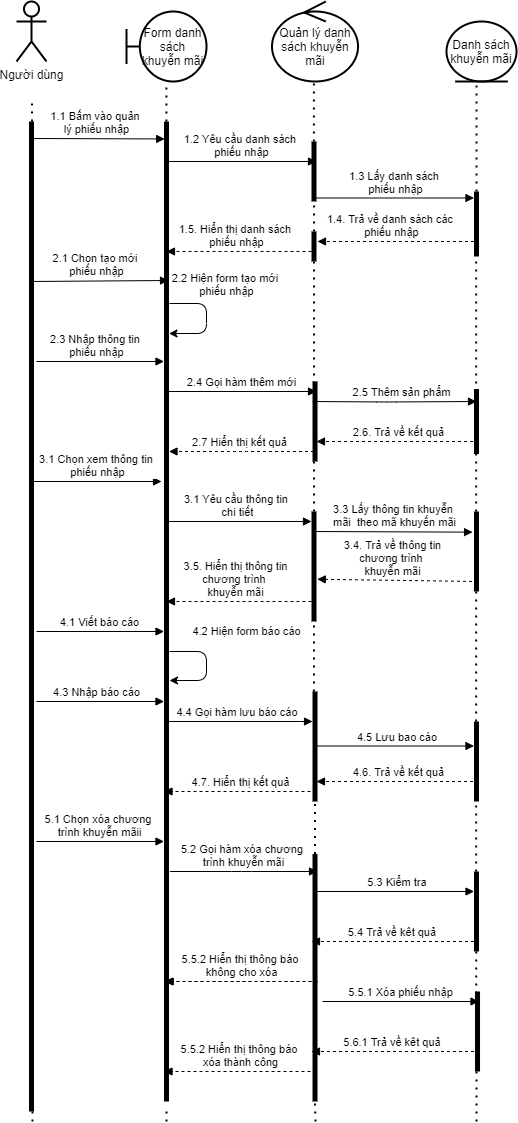
Before: Diagram/Sequence/QL_PhieuNhap.png, a diagram exported from draw.io (TccKaiCi/PTTK_CuaHangGiay). Source tidied: cells renumbered, new cells last; positions are measured from the earlier drawing's top-left corner, leaving out a move shared by most shapes.
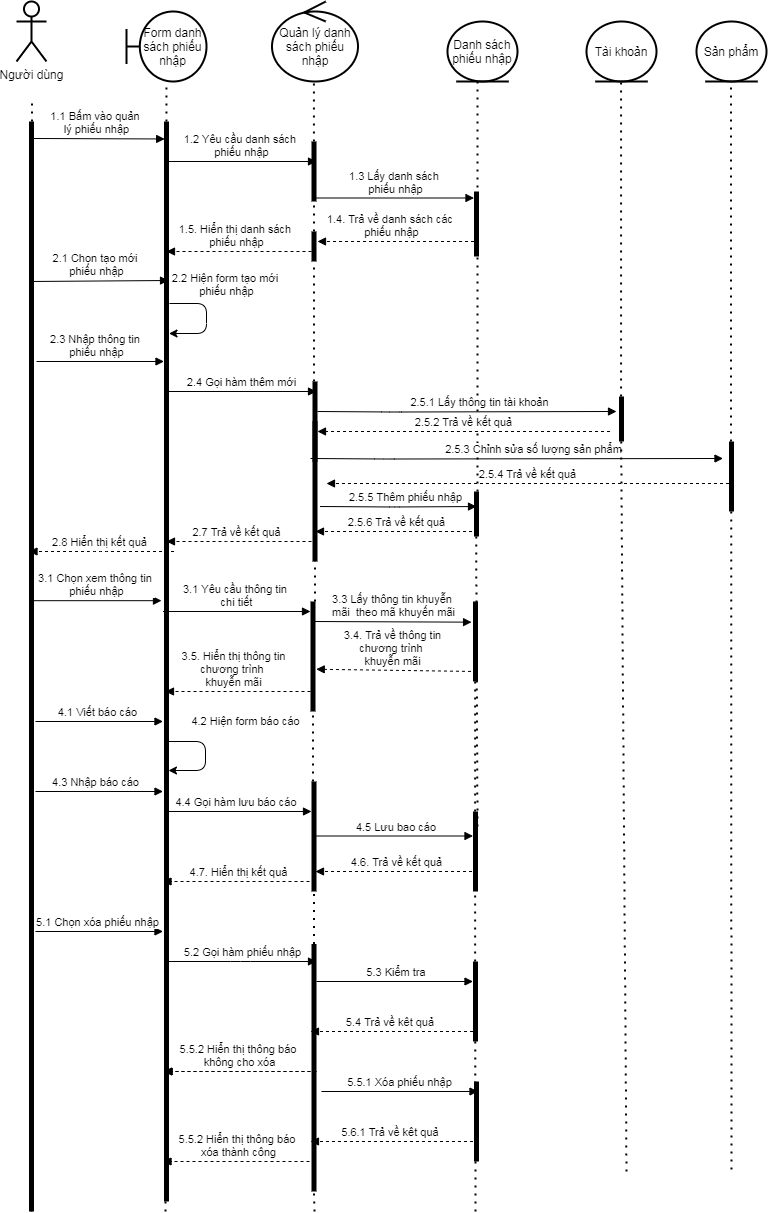
After the commit.

The edit, as a diff of the source:
```diff
@@ -12,14 +12,15 @@
     </mxCell>
-    <mxCell id="4" value="Form danh sách khuyễn mãi" style="shape=umlBoundary;whiteSpace=wrap;html=1;strokeWidth=2;fillColor=none;gradientColor=none;" parent="1" vertex="1">
+    <mxCell id="4" value="Form danh sách phiếu nhập" style="shape=umlBoundary;whiteSpace=wrap;html=1;strokeWidth=2;fillColor=none;gradientColor=none;" parent="1" vertex="1">
       <mxGeometry x="110" y="10" width="80" height="70" as="geometry" />
     </mxCell>
-    <mxCell id="5" value="Danh sách khuyễn mãi" style="ellipse;shape=umlEntity;whiteSpace=wrap;html=1;strokeWidth=2;fillColor=none;gradientColor=none;" parent="1" vertex="1">
-      <mxGeometry x="430" y="20" width="70" height="60" as="geometry" />
+    <mxCell id="5" value="Danh sách phiếu nhập" style="ellipse;shape=umlEntity;whiteSpace=wrap;html=1;strokeWidth=2;fillColor=none;gradientColor=none;" parent="1" vertex="1">
+      <mxGeometry x="431" y="20" width="70" height="60" as="geometry" />
     </mxCell>
     <mxCell id="6" style="html=1;points=[];perimeter=orthogonalPerimeter;fillColor=#000000;strokeColor=none;" parent="1" vertex="1">
-      <mxGeometry x="12.5" y="120" width="5" height="990" as="geometry" />
+      <mxGeometry x="12.5" y="120" width="5" height="1090" as="geometry" />
     </mxCell>
-    <mxCell id="7" style="endArrow=none;dashed=1;html=1;dashPattern=1 3;strokeWidth=2;" parent="1" edge="1" target="6">
+    <mxCell id="7" style="endArrow=none;dashed=1;html=1;dashPattern=1 3;strokeWidth=2;" parent="1" edge="1">
       <mxGeometry relative="1" as="geometry">
-        <mxPoint x="16" y="1120" as="sourcePoint" />
+        <mxPoint x="15" y="1210" as="sourcePoint" />
+        <mxPoint x="15" y="1200" as="targetPoint" />
       </mxGeometry>
@@ -81,3 +82,3 @@
     </mxCell>
-    <mxCell id="20" style="endArrow=none;dashed=1;html=1;dashPattern=1 3;strokeWidth=2;entryX=0.499;entryY=1.005;entryDx=0;entryDy=0;entryPerimeter=0;" parent="1" edge="1" source="40" target="19">
+    <mxCell id="20" style="endArrow=none;dashed=1;html=1;dashPattern=1 3;strokeWidth=2;entryX=0.499;entryY=1.005;entryDx=0;entryDy=0;entryPerimeter=0;" parent="1" edge="1" source="77" target="19">
       <mxGeometry relative="1" as="geometry" />
@@ -91,13 +92,14 @@
     <mxCell id="23" style="html=1;points=[];perimeter=orthogonalPerimeter;fillColor=#000000;strokeColor=none;" parent="1" vertex="1">
-      <mxGeometry x="147.5" y="300" width="5" height="800" as="geometry" />
+      <mxGeometry x="147.5" y="300" width="5" height="900" as="geometry" />
     </mxCell>
-    <mxCell id="24" style="endArrow=none;dashed=1;html=1;dashPattern=1 3;strokeWidth=2;entryX=0.499;entryY=1.005;entryDx=0;entryDy=0;entryPerimeter=0;" parent="1" edge="1" target="23">
+    <mxCell id="24" style="endArrow=none;dashed=1;html=1;dashPattern=1 3;strokeWidth=2;entryX=0.499;entryY=1.005;entryDx=0;entryDy=0;entryPerimeter=0;" parent="1" edge="1">
       <mxGeometry relative="1" as="geometry">
-        <mxPoint x="150" y="1120" as="sourcePoint" />
+        <mxPoint x="149" y="1210" as="sourcePoint" />
+        <mxPoint x="149" y="1194" as="targetPoint" />
       </mxGeometry>
     </mxCell>
-    <mxCell id="25" value="Quản lý danh sách khuyễn mãi" style="ellipse;shape=umlControl;whiteSpace=wrap;html=1;strokeWidth=2;fillColor=none;gradientColor=none;" parent="1" vertex="1">
+    <mxCell id="25" value="Quản lý danh sách phiếu nhập" style="ellipse;shape=umlControl;whiteSpace=wrap;html=1;strokeWidth=2;fillColor=none;gradientColor=none;" parent="1" vertex="1">
       <mxGeometry x="255.5" width="86" height="80" as="geometry" />
     </mxCell>
-    <mxCell id="26" style="endArrow=none;dashed=1;html=1;dashPattern=1 3;strokeWidth=2;entryX=0.429;entryY=1;entryDx=0;entryDy=0;entryPerimeter=0;" parent="1" edge="1" source="35" target="5">
+    <mxCell id="26" style="endArrow=none;dashed=1;html=1;dashPattern=1 3;strokeWidth=2;entryX=0.429;entryY=1;entryDx=0;entryDy=0;entryPerimeter=0;" parent="1" edge="1" source="85" target="5">
       <mxGeometry relative="1" as="geometry" />
@@ -134,8 +136,8 @@
     </mxCell>
-    <mxCell id="32" value="2.5 Thêm sản phẩm" style="html=1;verticalAlign=bottom;endArrow=block;" parent="1" edge="1">
+    <mxCell id="32" value="2.5.3 Chỉnh sửa số lượng sản phẩm" style="html=1;verticalAlign=bottom;endArrow=block;" parent="1" edge="1">
       <mxGeometry x="0.08" relative="1" as="geometry">
-        <mxPoint x="296" y="400" as="sourcePoint" />
-        <mxPoint x="460" y="400" as="targetPoint" />
+        <mxPoint x="294" y="457" as="sourcePoint" />
+        <mxPoint x="706.5" y="457" as="targetPoint" />
         <Array as="points">
-          <mxPoint x="370" y="400.5" />
+          <mxPoint x="368" y="457.5" />
         </Array>
@@ -143,10 +145,8 @@
     </mxCell>
-    <mxCell id="33" value="2.6. Trả về kết quả " style="html=1;verticalAlign=bottom;endArrow=block;dashed=1;entryX=0.796;entryY=0.75;entryDx=0;entryDy=0;entryPerimeter=0;" parent="1" edge="1" target="31">
+    <mxCell id="33" value="2.5.6 Trả về kết quả " style="html=1;verticalAlign=bottom;endArrow=block;dashed=1;entryX=0.796;entryY=0.75;entryDx=0;entryDy=0;entryPerimeter=0;" parent="1" edge="1">
       <mxGeometry relative="1" as="geometry">
-        <mxPoint x="462.5" y="440" as="sourcePoint" />
+        <mxPoint x="461.5" y="530" as="sourcePoint" />
+        <mxPoint x="299" y="530" as="targetPoint" />
       </mxGeometry>
     </mxCell>
-    <mxCell id="34" style="html=1;points=[];perimeter=orthogonalPerimeter;fillColor=#000000;strokeColor=none;" parent="1" vertex="1">
-      <mxGeometry x="457.5" y="387.5" width="5" height="65" as="geometry" />
-    </mxCell>
     <mxCell id="35" style="html=1;points=[];perimeter=orthogonalPerimeter;fillColor=#000000;strokeColor=none;" parent="1" vertex="1">
@@ -154,11 +154,8 @@
     </mxCell>
-    <mxCell id="36" style="endArrow=none;dashed=1;html=1;dashPattern=1 3;strokeWidth=2;entryX=0.429;entryY=1;entryDx=0;entryDy=0;entryPerimeter=0;" parent="1" edge="1" source="42" target="35">
-      <mxGeometry relative="1" as="geometry" />
-    </mxCell>
-    <mxCell id="37" value="2.7 Hiển thị&amp;nbsp;kết quả" style="html=1;verticalAlign=bottom;endArrow=block;dashed=1;" parent="1" edge="1">
+    <mxCell id="37" value="2.7 Trả về kết quả" style="html=1;verticalAlign=bottom;endArrow=block;dashed=1;" parent="1" edge="1">
       <mxGeometry x="0.03" relative="1" as="geometry">
-        <mxPoint x="297.5" y="450" as="sourcePoint" />
-        <mxPoint x="152.5" y="450" as="targetPoint" />
+        <mxPoint x="295" y="540" as="sourcePoint" />
+        <mxPoint x="150" y="540" as="targetPoint" />
         <Array as="points">
-          <mxPoint x="222.5" y="450" />
+          <mxPoint x="220" y="540" />
         </Array>
@@ -168,4 +165,4 @@
       <mxGeometry x="-0.02" relative="1" as="geometry">
-        <mxPoint x="17.5" y="480" as="sourcePoint" />
-        <mxPoint x="145" y="480" as="targetPoint" />
+        <mxPoint x="17.5" y="599.2" as="sourcePoint" />
+        <mxPoint x="145" y="599.2" as="targetPoint" />
       </mxGeometry>
@@ -174,4 +171,4 @@
       <mxGeometry x="-0.02" relative="1" as="geometry">
-        <mxPoint x="147.5" y="520" as="sourcePoint" />
-        <mxPoint x="295" y="520" as="targetPoint" />
+        <mxPoint x="146.5" y="610" as="sourcePoint" />
+        <mxPoint x="294" y="610" as="targetPoint" />
         <mxPoint x="1" as="offset" />
@@ -180,3 +177,3 @@
     <mxCell id="40" style="html=1;points=[];perimeter=orthogonalPerimeter;fillColor=#000000;strokeColor=none;" parent="1" vertex="1">
-      <mxGeometry x="295" y="510" width="5" height="110" as="geometry" />
+      <mxGeometry x="294" y="600" width="5" height="110" as="geometry" />
     </mxCell>
@@ -186,3 +183,3 @@
     <mxCell id="42" style="html=1;points=[];perimeter=orthogonalPerimeter;fillColor=#000000;strokeColor=none;" parent="1" vertex="1">
-      <mxGeometry x="457.5" y="510" width="5" height="80" as="geometry" />
+      <mxGeometry x="456.5" y="600" width="5" height="80" as="geometry" />
     </mxCell>
@@ -193,3 +190,3 @@
       <mxGeometry x="0.03" relative="1" as="geometry">
-        <mxPoint x="296" y="530" as="sourcePoint" />
+        <mxPoint x="295" y="620" as="sourcePoint" />
       </mxGeometry>
@@ -198,3 +195,3 @@
       <mxGeometry x="0.07" relative="1" as="geometry">
-        <mxPoint x="461.5" y="580" as="sourcePoint" />
+        <mxPoint x="460.5" y="670" as="sourcePoint" />
         <mxPoint x="1" as="offset" />
@@ -204,4 +201,4 @@
       <mxGeometry x="0.07" relative="1" as="geometry">
-        <mxPoint x="295" y="600" as="sourcePoint" />
-        <mxPoint x="150" y="600" as="targetPoint" />
+        <mxPoint x="294" y="690" as="sourcePoint" />
+        <mxPoint x="149" y="690" as="targetPoint" />
         <mxPoint x="1" as="offset" />
@@ -211,4 +208,4 @@
       <mxGeometry x="-0.02" relative="1" as="geometry">
-        <mxPoint x="20" y="630" as="sourcePoint" />
-        <mxPoint x="147.5" y="630" as="targetPoint" />
+        <mxPoint x="19" y="720" as="sourcePoint" />
+        <mxPoint x="146.5" y="720" as="targetPoint" />
       </mxGeometry>
@@ -216,3 +213,3 @@
     <mxCell id="48" style="html=1;points=[];perimeter=orthogonalPerimeter;fillColor=#000000;strokeColor=none;" parent="1" vertex="1">
-      <mxGeometry x="296" y="690" width="5" height="110" as="geometry" />
+      <mxGeometry x="295" y="780" width="5" height="110" as="geometry" />
     </mxCell>
@@ -223,7 +220,7 @@
       <mxGeometry x="-0.28" y="45" relative="1" as="geometry">
-        <mxPoint x="153" y="650" as="sourcePoint" />
-        <mxPoint x="153" y="679" as="targetPoint" />
+        <mxPoint x="152" y="740" as="sourcePoint" />
+        <mxPoint x="152" y="769" as="targetPoint" />
         <Array as="points">
-          <mxPoint x="190" y="650" />
-          <mxPoint x="190" y="679" />
+          <mxPoint x="189" y="740" />
+          <mxPoint x="189" y="769" />
         </Array>
@@ -234,4 +231,4 @@
       <mxGeometry x="-0.02" relative="1" as="geometry">
-        <mxPoint x="148.5" y="720" as="sourcePoint" />
-        <mxPoint x="296" y="720" as="targetPoint" />
+        <mxPoint x="147.5" y="810" as="sourcePoint" />
+        <mxPoint x="295" y="810" as="targetPoint" />
         <mxPoint x="1" as="offset" />
@@ -241,3 +238,3 @@
       <mxGeometry x="0.03" relative="1" as="geometry">
-        <mxPoint x="301" y="744.5" as="sourcePoint" />
+        <mxPoint x="300" y="834.5" as="sourcePoint" />
       </mxGeometry>
@@ -245,3 +242,3 @@
     <mxCell id="53" style="html=1;points=[];perimeter=orthogonalPerimeter;fillColor=#000000;strokeColor=none;" parent="1" vertex="1">
-      <mxGeometry x="457.5" y="720" width="5" height="80" as="geometry" />
+      <mxGeometry x="456.5" y="810" width="5" height="80" as="geometry" />
     </mxCell>
@@ -252,4 +249,4 @@
       <mxGeometry relative="1" as="geometry">
-        <mxPoint x="462.5" y="780" as="sourcePoint" />
-        <mxPoint x="300" y="780" as="targetPoint" />
+        <mxPoint x="461.5" y="870" as="sourcePoint" />
+        <mxPoint x="299" y="870" as="targetPoint" />
       </mxGeometry>
@@ -258,4 +255,4 @@
       <mxGeometry relative="1" as="geometry">
-        <mxPoint x="300" y="790" as="sourcePoint" />
-        <mxPoint x="147.5" y="790" as="targetPoint" />
+        <mxPoint x="299" y="880" as="sourcePoint" />
+        <mxPoint x="146.5" y="880" as="targetPoint" />
       </mxGeometry>
@@ -264,18 +261,18 @@
       <mxGeometry x="-0.06" relative="1" as="geometry">
-        <mxPoint x="20" y="700" as="sourcePoint" />
-        <mxPoint x="147.5" y="700" as="targetPoint" />
+        <mxPoint x="19" y="790" as="sourcePoint" />
+        <mxPoint x="146.5" y="790" as="targetPoint" />
       </mxGeometry>
     </mxCell>
-    <mxCell id="58" value="5.1 Chọn xóa chương &lt;br&gt;trình khuyễn mãii" style="html=1;verticalAlign=bottom;endArrow=block;entryX=0.9;entryY=0.38;entryDx=0;entryDy=0;entryPerimeter=0;" parent="1" edge="1">
+    <mxCell id="58" value="5.1 Chọn xóa phiếu nhập" style="html=1;verticalAlign=bottom;endArrow=block;entryX=0.9;entryY=0.38;entryDx=0;entryDy=0;entryPerimeter=0;" parent="1" edge="1">
       <mxGeometry x="-0.02" relative="1" as="geometry">
-        <mxPoint x="20" y="840" as="sourcePoint" />
-        <mxPoint x="147.5" y="840" as="targetPoint" />
+        <mxPoint x="19" y="930" as="sourcePoint" />
+        <mxPoint x="146.5" y="930" as="targetPoint" />
       </mxGeometry>
     </mxCell>
-    <mxCell id="59" value="5.2 Gọi hàm xóa chương &lt;br&gt;trình khuyễn mãi" style="html=1;verticalAlign=bottom;endArrow=block;" parent="1" edge="1">
+    <mxCell id="59" value="5.2 Gọi hàm phiếu nhập" style="html=1;verticalAlign=bottom;endArrow=block;" parent="1" edge="1">
       <mxGeometry x="-0.02" relative="1" as="geometry">
-        <mxPoint x="153.5" y="870" as="sourcePoint" />
-        <mxPoint x="301" y="870" as="targetPoint" />
+        <mxPoint x="152.5" y="960" as="sourcePoint" />
+        <mxPoint x="300" y="960" as="targetPoint" />
         <Array as="points">
-          <mxPoint x="225" y="870" />
+          <mxPoint x="224" y="960" />
         </Array>
@@ -286,4 +283,4 @@
       <mxGeometry x="0.03" relative="1" as="geometry">
-        <mxPoint x="301" y="890" as="sourcePoint" />
-        <mxPoint x="457.5" y="890" as="targetPoint" />
+        <mxPoint x="300" y="980" as="sourcePoint" />
+        <mxPoint x="456.5" y="980" as="targetPoint" />
       </mxGeometry>
@@ -291,3 +288,3 @@
     <mxCell id="61" style="html=1;points=[];perimeter=orthogonalPerimeter;fillColor=#000000;strokeColor=none;" parent="1" vertex="1">
-      <mxGeometry x="457.5" y="870" width="5" height="80" as="geometry" />
+      <mxGeometry x="456.5" y="960" width="5" height="80" as="geometry" />
     </mxCell>
@@ -295,3 +292,3 @@
       <mxGeometry relative="1" as="geometry">
-        <mxPoint x="460" y="1120" as="sourcePoint" />
+        <mxPoint x="459" y="1210" as="sourcePoint" />
       </mxGeometry>
@@ -299,3 +296,3 @@
     <mxCell id="63" style="html=1;points=[];perimeter=orthogonalPerimeter;fillColor=#000000;strokeColor=none;" parent="1" vertex="1">
-      <mxGeometry x="296" y="852.5" width="5" height="247.5" as="geometry" />
+      <mxGeometry x="295" y="942.5" width="5" height="247.5" as="geometry" />
     </mxCell>
@@ -303,3 +300,3 @@
       <mxGeometry relative="1" as="geometry">
-        <mxPoint x="299" y="1120" as="sourcePoint" />
+        <mxPoint x="298" y="1210" as="sourcePoint" />
       </mxGeometry>
@@ -308,4 +305,4 @@
       <mxGeometry relative="1" as="geometry">
-        <mxPoint x="457.5" y="940" as="sourcePoint" />
-        <mxPoint x="295" y="940" as="targetPoint" />
+        <mxPoint x="456.5" y="1030" as="sourcePoint" />
+        <mxPoint x="294" y="1030" as="targetPoint" />
       </mxGeometry>
@@ -314,4 +311,4 @@
       <mxGeometry relative="1" as="geometry">
-        <mxPoint x="306" y="1000" as="sourcePoint" />
-        <mxPoint x="462.5" y="1000" as="targetPoint" />
+        <mxPoint x="305" y="1090" as="sourcePoint" />
+        <mxPoint x="461.5" y="1090" as="targetPoint" />
       </mxGeometry>
@@ -319,3 +316,3 @@
     <mxCell id="67" style="html=1;perimeter=orthogonalPerimeter;fillColor=#000000;strokeColor=none;" parent="1" vertex="1">
-      <mxGeometry x="458.5" y="990" width="5" height="80" as="geometry" />
+      <mxGeometry x="457.5" y="1080" width="5" height="80" as="geometry" />
     </mxCell>
@@ -323,4 +320,4 @@
       <mxGeometry relative="1" as="geometry">
-        <mxPoint x="457.5" y="1050" as="sourcePoint" />
-        <mxPoint x="295" y="1050" as="targetPoint" />
+        <mxPoint x="456.5" y="1140" as="sourcePoint" />
+        <mxPoint x="294" y="1140" as="targetPoint" />
       </mxGeometry>
@@ -329,4 +326,4 @@
       <mxGeometry relative="1" as="geometry">
-        <mxPoint x="301" y="980" as="sourcePoint" />
-        <mxPoint x="148.5" y="980" as="targetPoint" />
+        <mxPoint x="300" y="1070" as="sourcePoint" />
+        <mxPoint x="147.5" y="1070" as="targetPoint" />
       </mxGeometry>
@@ -335,4 +332,4 @@
       <mxGeometry relative="1" as="geometry">
-        <mxPoint x="301" y="980" as="sourcePoint" />
-        <mxPoint x="148.5" y="980" as="targetPoint" />
+        <mxPoint x="300" y="1070" as="sourcePoint" />
+        <mxPoint x="147.5" y="1070" as="targetPoint" />
       </mxGeometry>
@@ -341,6 +338,93 @@
       <mxGeometry relative="1" as="geometry">
-        <mxPoint x="300" y="1070" as="sourcePoint" />
-        <mxPoint x="147.5" y="1070" as="targetPoint" />
+        <mxPoint x="299" y="1160" as="sourcePoint" />
+        <mxPoint x="146.5" y="1160" as="targetPoint" />
       </mxGeometry>
     </mxCell>
+    <mxCell id="72" value="Tài khoản" style="ellipse;shape=umlEntity;whiteSpace=wrap;html=1;strokeWidth=2;fillColor=none;gradientColor=none;" parent="1" vertex="1">
+      <mxGeometry x="570" y="20" width="70" height="60" as="geometry" />
+    </mxCell>
+    <mxCell id="73" style="endArrow=none;dashed=1;html=1;dashPattern=1 3;strokeWidth=2;entryX=0.429;entryY=1;entryDx=0;entryDy=0;entryPerimeter=0;" parent="1" edge="1" source="34">
+      <mxGeometry relative="1" as="geometry">
+        <mxPoint x="604.6" y="80" as="targetPoint" />
+      </mxGeometry>
+    </mxCell>
+    <mxCell id="74" value="2.5.1 Lấy thông tin tài khoản" style="html=1;verticalAlign=bottom;endArrow=block;" parent="1" edge="1">
+      <mxGeometry x="0.08" relative="1" as="geometry">
+        <mxPoint x="301" y="410" as="sourcePoint" />
+        <mxPoint x="600" y="410" as="targetPoint" />
+        <Array as="points">
+          <mxPoint x="375" y="410.5" />
+        </Array>
+      </mxGeometry>
+    </mxCell>
+    <mxCell id="75" value="2.5.2 Trả về kết quả " style="html=1;verticalAlign=bottom;endArrow=block;dashed=1;" parent="1" edge="1">
+      <mxGeometry relative="1" as="geometry">
+        <mxPoint x="593.5" y="430" as="sourcePoint" />
+        <mxPoint x="301" y="430" as="targetPoint" />
+      </mxGeometry>
+    </mxCell>
+    <mxCell id="34" style="html=1;points=[];perimeter=orthogonalPerimeter;fillColor=#000000;strokeColor=none;" parent="1" vertex="1">
+      <mxGeometry x="602.5" y="395" width="5" height="45" as="geometry" />
+    </mxCell>
+    <mxCell id="76" style="endArrow=none;dashed=1;html=1;dashPattern=1 3;strokeWidth=2;entryX=0.429;entryY=1;entryDx=0;entryDy=0;entryPerimeter=0;" parent="1" edge="1" target="34">
+      <mxGeometry relative="1" as="geometry">
+        <mxPoint x="610" y="1170" as="sourcePoint" />
+      </mxGeometry>
+    </mxCell>
+    <mxCell id="77" style="html=1;points=[];perimeter=orthogonalPerimeter;fillColor=#000000;strokeColor=none;" parent="1" vertex="1">
+      <mxGeometry x="296" y="420" width="5" height="140" as="geometry" />
+    </mxCell>
+    <mxCell id="78" style="endArrow=none;dashed=1;html=1;dashPattern=1 3;strokeWidth=2;entryX=0.499;entryY=1.005;entryDx=0;entryDy=0;entryPerimeter=0;" parent="1" edge="1" source="40">
+      <mxGeometry relative="1" as="geometry">
+        <mxPoint x="298.5" y="465.4" as="targetPoint" />
+      </mxGeometry>
+    </mxCell>
+    <mxCell id="79" value="Sản phẩm" style="ellipse;shape=umlEntity;whiteSpace=wrap;html=1;strokeWidth=2;fillColor=none;gradientColor=none;" parent="1" vertex="1">
+      <mxGeometry x="680" y="20" width="70" height="60" as="geometry" />
+    </mxCell>
+    <mxCell id="80" style="endArrow=none;dashed=1;html=1;dashPattern=1 3;strokeWidth=2;entryX=0.429;entryY=1;entryDx=0;entryDy=0;entryPerimeter=0;" parent="1" edge="1" source="82">
+      <mxGeometry relative="1" as="geometry">
+        <mxPoint x="714.5" y="80" as="targetPoint" />
+      </mxGeometry>
+    </mxCell>
+    <mxCell id="81" value="2.5.4 Trả về kết quả " style="html=1;verticalAlign=bottom;endArrow=block;dashed=1;" parent="1" edge="1">
+      <mxGeometry relative="1" as="geometry">
+        <mxPoint x="712.5" y="482" as="sourcePoint" />
+        <mxPoint x="310" y="482" as="targetPoint" />
+      </mxGeometry>
+    </mxCell>
+    <mxCell id="82" style="html=1;points=[];perimeter=orthogonalPerimeter;fillColor=#000000;strokeColor=none;" parent="1" vertex="1">
+      <mxGeometry x="712.5" y="440" width="5" height="70" as="geometry" />
+    </mxCell>
+    <mxCell id="83" style="endArrow=none;dashed=1;html=1;dashPattern=1 3;strokeWidth=2;entryX=0.429;entryY=1;entryDx=0;entryDy=0;entryPerimeter=0;" parent="1" edge="1" target="82">
+      <mxGeometry relative="1" as="geometry">
+        <mxPoint x="715" y="1168" as="sourcePoint" />
+      </mxGeometry>
+    </mxCell>
+    <mxCell id="84" value="2.5.5 Thêm phiếu nhập" style="html=1;verticalAlign=bottom;endArrow=block;" parent="1" edge="1">
+      <mxGeometry x="0.08" relative="1" as="geometry">
+        <mxPoint x="303.5" y="505" as="sourcePoint" />
+        <mxPoint x="460" y="505" as="targetPoint" />
+        <Array as="points">
+          <mxPoint x="377.5" y="505.5" />
+        </Array>
+      </mxGeometry>
+    </mxCell>
+    <mxCell id="85" style="html=1;points=[];perimeter=orthogonalPerimeter;fillColor=#000000;strokeColor=none;" parent="1" vertex="1">
+      <mxGeometry x="457.5" y="490" width="5" height="45" as="geometry" />
+    </mxCell>
+    <mxCell id="86" style="endArrow=none;dashed=1;html=1;dashPattern=1 3;strokeWidth=2;entryX=0.429;entryY=1;entryDx=0;entryDy=0;entryPerimeter=0;" parent="1" edge="1" target="85">
+      <mxGeometry relative="1" as="geometry">
+        <mxPoint x="461" y="825" as="sourcePoint" />
+      </mxGeometry>
+    </mxCell>
+    <mxCell id="87" value="2.8 Hiển thị&amp;nbsp;kết quả" style="html=1;verticalAlign=bottom;endArrow=block;dashed=1;" parent="1" edge="1">
+      <mxGeometry x="0.03" relative="1" as="geometry">
+        <mxPoint x="157.5" y="550" as="sourcePoint" />
+        <mxPoint x="12.5" y="550" as="targetPoint" />
+        <Array as="points">
+          <mxPoint x="82.5" y="550" />
+        </Array>
+      </mxGeometry>
+    </mxCell>
   </root>
```
